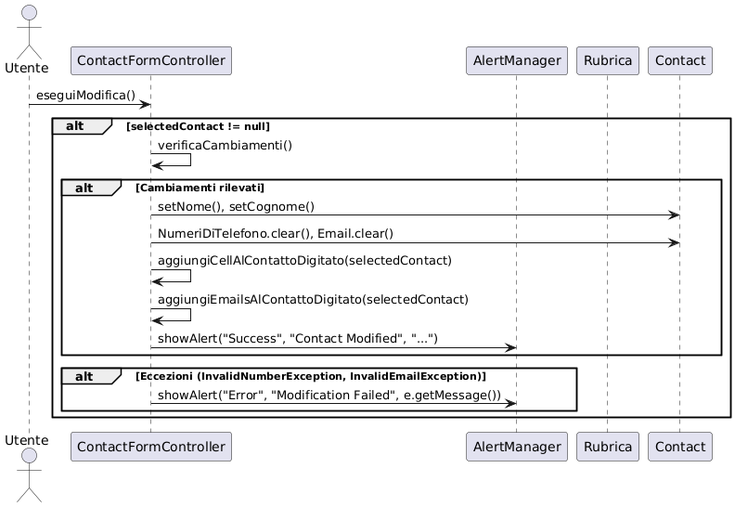
The PlantUML diagram Documentazione e Consegne/Design/Sequence Diagram/modificaContatto Diagram.png in Mnaim03/Contact-List, before a commit.
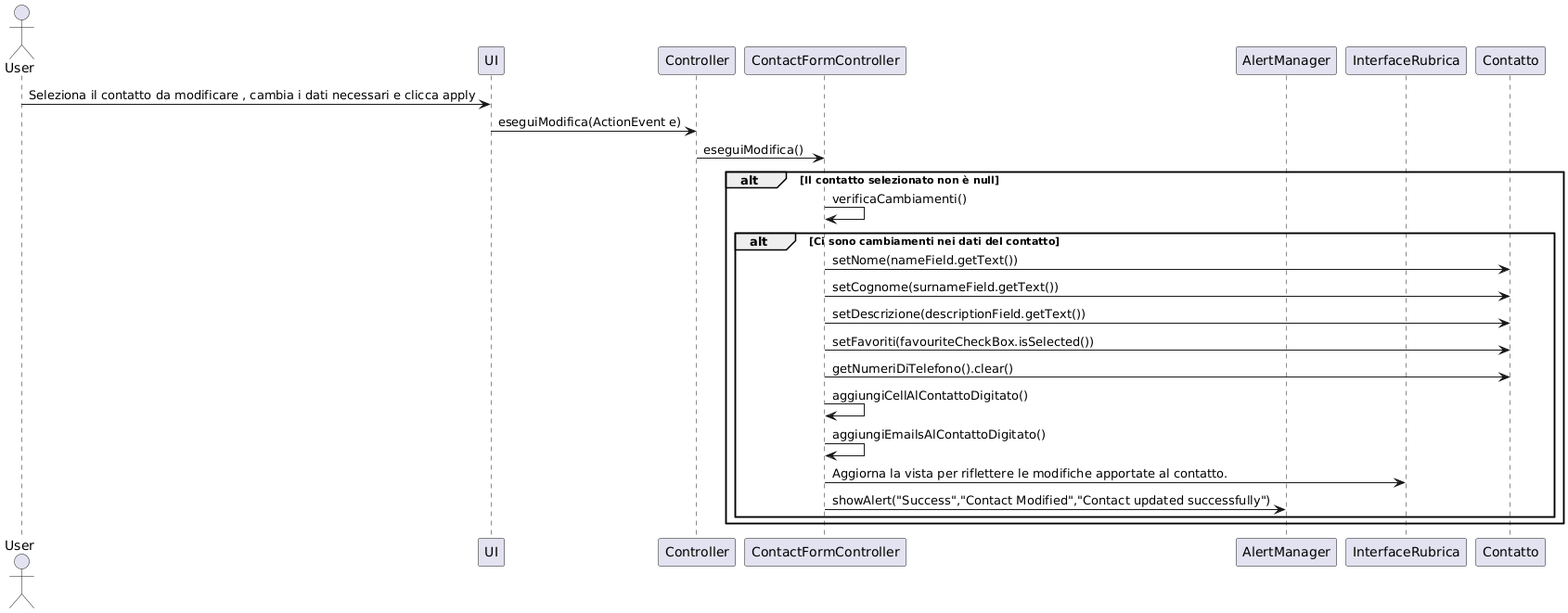
The same diagram one commit later.

Diff of the diagram source:
```diff
@@ -1,24 +1,31 @@
 @startuml
-actor Utente
+actor User
+participant UI
+participant Controller
 participant ContactFormController
-participant "AlertManager" as Alert
-participant Rubrica
-participant Contact as Contatto
+participant AlertManager
+participant InterfaceRubrica
 
-Utente -> ContactFormController: eseguiModifica()
-alt selectedContact != null
-ContactFormController -> ContactFormController: verificaCambiamenti()
+User -> UI: Seleziona il contatto da modificare , cambia i dati necessari e clicca apply
+UI->Controller: eseguiModifica(ActionEvent e)
+Controller->ContactFormController:eseguiModifica()
+alt Il contatto selezionato non è null
+ContactFormController->ContactFormController:verificaCambiamenti()
+alt Ci sono cambiamenti nei dati del contatto
+ContactFormController->Contatto: setNome(nameField.getText())
+ContactFormController->Contatto: setCognome(surnameField.getText())
+ContactFormController->Contatto: setDescrizione(descriptionField.getText())
+ContactFormController->Contatto: setFavoriti(favouriteCheckBox.isSelected())
+ContactFormController->Contatto: getNumeriDiTelefono().clear()
+ContactFormController->ContactFormController: aggiungiCellAlContattoDigitato()
+ContactFormController->ContactFormController: aggiungiEmailsAlContattoDigitato()
+ContactFormController -> InterfaceRubrica: Aggiorna la vista per riflettere le modifiche apportate al contatto.
+ContactFormController->AlertManager: showAlert("Success","Contact Modified","Contact updated successfully")
 
-alt Cambiamenti rilevati
-    ContactFormController -> Contatto: setNome(), setCognome()
-    ContactFormController -> Contatto: NumeriDiTelefono.clear(), Email.clear()
-    ContactFormController -> ContactFormController: aggiungiCellAlContattoDigitato(selectedContact)
-    ContactFormController -> ContactFormController: aggiungiEmailsAlContattoDigitato(selectedContact)
-    ContactFormController -> Alert: showAlert("Success", "Contact Modified", "...")
-end
 
-alt Eccezioni (InvalidNumberException, InvalidEmailException)
-    ContactFormController -> Alert: showAlert("Error", "Modification Failed", e.getMessage())
+
+
+
 end
 end
 @enduml
```
